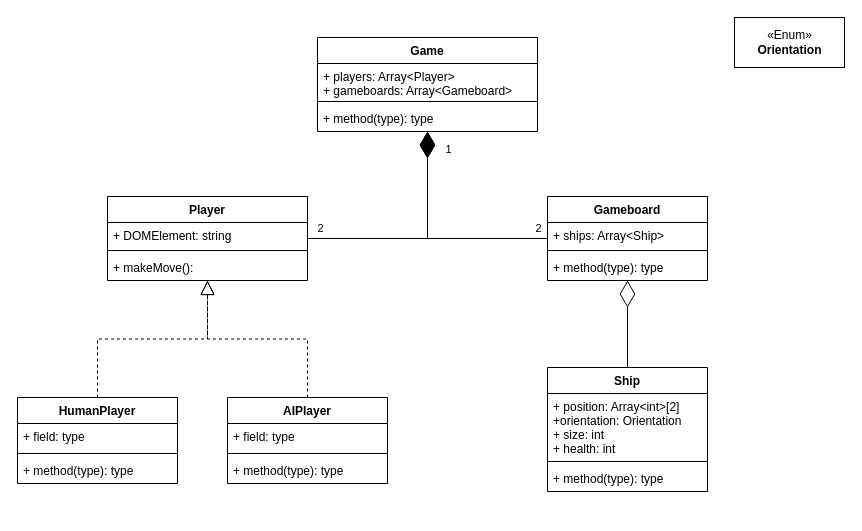
Earlier version of the draw.io diagram docs/Battleship.drawio (Joxiaren/WebBattleship). Source tidied: cells renumbered, new cells numbered last; positions are measured from the earlier drawing's top-left corner, leaving out a move shared by most shapes. Both pictures are drawn from the tidied source at 100%, with x=0, y=0 at pixel (17, 17).
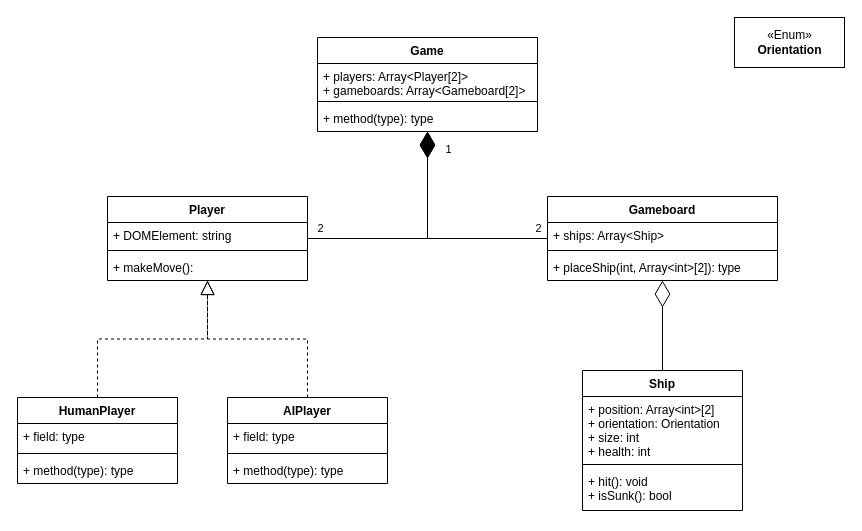
Above is the later version.

Unchanged cells that the change refers to:
```xml
<mxCell id="2" value="Game" style="swimlane;fontStyle=1;align=center;verticalAlign=top;horizontal=1;startSize=26;" parent="1" vertex="1">
  <mxGeometry x="300" y="20" width="220" height="94" as="geometry" />
</mxCell>
```

Diff of the diagram source:
```diff
@@
-    <mxCell id="3" value="+ players: Array&lt;Player&gt;&#10;+ gameboards: Array&lt;Gameboard&gt;" style="text;strokeColor=none;fillColor=none;align=left;verticalAlign=top;spacingLeft=4;spacingRight=4;overflow=hidden;" parent="2" vertex="1">
+    <mxCell id="3" value="+ players: Array&lt;Player[2]&gt;&#10;+ gameboards: Array&lt;Gameboard[2]&gt;" style="text;strokeColor=none;fillColor=none;align=left;verticalAlign=top;spacingLeft=4;spacingRight=4;overflow=hidden;" parent="2" vertex="1">
       <mxGeometry y="26" width="220" height="34" as="geometry" />
     </mxCell>
@@
     <mxCell id="6" value="Gameboard&#10;" style="swimlane;fontStyle=1;align=center;verticalAlign=top;horizontal=1;startSize=26;" parent="1" vertex="1">
-      <mxGeometry x="530" y="179" width="160" height="84" as="geometry" />
+      <mxGeometry x="530" y="179" width="230" height="84" as="geometry" />
     </mxCell>
     <mxCell id="7" value="+ ships: Array&lt;Ship&gt;" style="text;strokeColor=none;fillColor=none;align=left;verticalAlign=top;spacingLeft=4;spacingRight=4;overflow=hidden;" parent="6" vertex="1">
-      <mxGeometry y="26" width="160" height="24" as="geometry" />
+      <mxGeometry y="26" width="230" height="24" as="geometry" />
     </mxCell>
     <mxCell id="8" style="line;strokeWidth=1;fillColor=none;align=left;verticalAlign=middle;spacingTop=-1;spacingLeft=3;spacingRight=3;labelPosition=right;strokeColor=inherit;" parent="6" vertex="1">
-      <mxGeometry y="50" width="160" height="8" as="geometry" />
+      <mxGeometry y="50" width="230" height="8" as="geometry" />
     </mxCell>
-    <mxCell id="9" value="+ method(type): type" style="text;strokeColor=none;fillColor=none;align=left;verticalAlign=top;spacingLeft=4;spacingRight=4;overflow=hidden;" parent="6" vertex="1">
-      <mxGeometry y="58" width="160" height="26" as="geometry" />
+    <mxCell id="9" value="+ placeShip(int, Array&lt;int&gt;[2]): type" style="text;strokeColor=none;fillColor=none;align=left;verticalAlign=top;spacingLeft=4;spacingRight=4;overflow=hidden;" parent="6" vertex="1">
+      <mxGeometry y="58" width="230" height="26" as="geometry" />
     </mxCell>
@@
     <mxCell id="29" value="Ship" style="swimlane;fontStyle=1;align=center;verticalAlign=top;horizontal=1;startSize=26;" parent="1" vertex="1">
-      <mxGeometry x="530" y="350" width="160" height="124" as="geometry" />
+      <mxGeometry x="565" y="353" width="160" height="140" as="geometry" />
     </mxCell>
-    <mxCell id="30" value="+ position: Array&lt;int&gt;[2]&#10;+orientation: Orientation&#10;+ size: int&#10;+ health: int" style="text;strokeColor=none;fillColor=none;align=left;verticalAlign=top;spacingLeft=4;spacingRight=4;overflow=hidden;" parent="29" vertex="1">
+    <mxCell id="30" value="+ position: Array&lt;int&gt;[2]&#10;+ orientation: Orientation&#10;+ size: int&#10;+ health: int" style="text;strokeColor=none;fillColor=none;align=left;verticalAlign=top;spacingLeft=4;spacingRight=4;overflow=hidden;" parent="29" vertex="1">
       <mxGeometry y="26" width="160" height="64" as="geometry" />
     </mxCell>
@@
-    <mxCell id="32" value="+ method(type): type" style="text;strokeColor=none;fillColor=none;align=left;verticalAlign=top;spacingLeft=4;spacingRight=4;overflow=hidden;" parent="29" vertex="1">
-      <mxGeometry y="98" width="160" height="26" as="geometry" />
+    <mxCell id="32" value="+ hit(): void&#10;+ isSunk(): bool" style="text;strokeColor=none;fillColor=none;align=left;verticalAlign=top;spacingLeft=4;spacingRight=4;overflow=hidden;" parent="29" vertex="1">
+      <mxGeometry y="98" width="160" height="42" as="geometry" />
     </mxCell>
```
